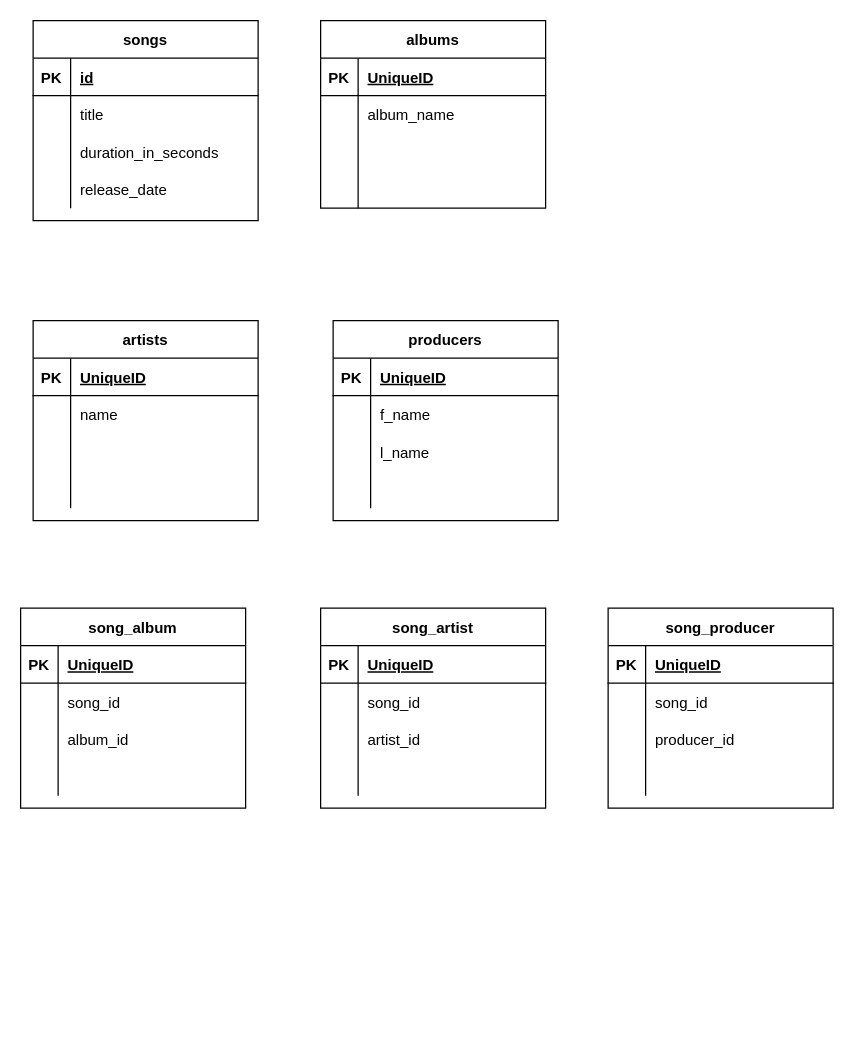
Earlier version of the draw.io diagram page "music.sql" (7 of 7) of hackOrSnooze/Untitled Diagram.drawio (brianjburrow/draw.io). Source tidied: cells renumbered, new cells numbered last; positions are measured from the earlier drawing's top-left corner, leaving out a move shared by most shapes. Both pictures are drawn from the tidied source at 125%, with x=0, y=0 at pixel (20, 20).
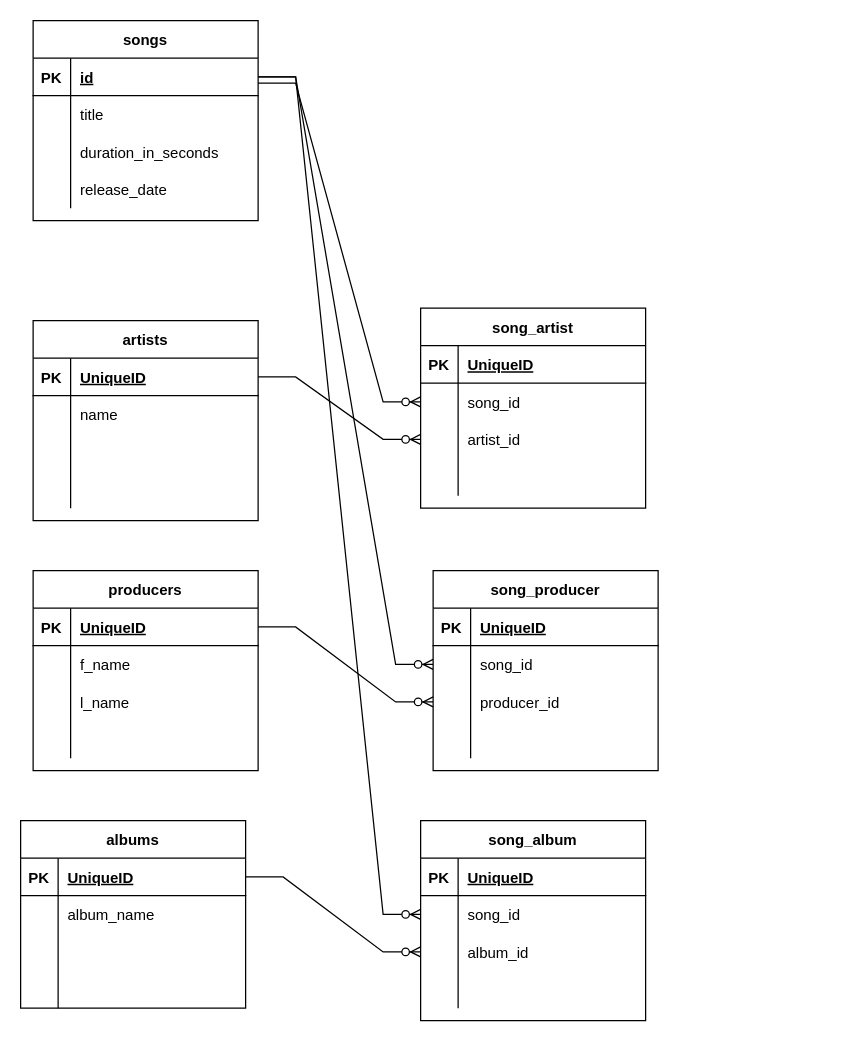
Above is the later version.

The change refers to these unchanged cells:
```xml
<mxCell id="3" style="shape=partialRectangle;fillColor=none;top=0;left=0;bottom=1;right=0;points=[[0,0.5],[1,0.5]];portConstraint=eastwest;" parent="2" vertex="1">
  <mxGeometry y="30" width="180" height="30" as="geometry" />
</mxCell>
<mxCell id="16" style="shape=partialRectangle;fillColor=none;top=0;left=0;bottom=1;right=0;points=[[0,0.5],[1,0.5]];portConstraint=eastwest;" parent="15" vertex="1">
  <mxGeometry y="30" width="180" height="30" as="geometry" />
</mxCell>
<mxCell id="29" style="shape=partialRectangle;fillColor=none;top=0;left=0;bottom=1;right=0;points=[[0,0.5],[1,0.5]];portConstraint=eastwest;" parent="28" vertex="1">
  <mxGeometry y="30" width="180" height="30" as="geometry" />
</mxCell>
<mxCell id="42" style="shape=partialRectangle;fillColor=none;top=0;left=0;bottom=1;right=0;points=[[0,0.5],[1,0.5]];portConstraint=eastwest;" parent="41" vertex="1">
  <mxGeometry y="30" width="180" height="30" as="geometry" />
</mxCell>
<mxCell id="58" style="shape=partialRectangle;fillColor=none;top=0;left=0;bottom=0;right=0;points=[[0,0.5],[1,0.5]];portConstraint=eastwest;" parent="54" vertex="1">
  <mxGeometry y="60" width="180" height="30" as="geometry" />
</mxCell>
<mxCell id="61" style="shape=partialRectangle;fillColor=none;top=0;left=0;bottom=0;right=0;points=[[0,0.5],[1,0.5]];portConstraint=eastwest;" parent="54" vertex="1">
  <mxGeometry y="90" width="180" height="30" as="geometry" />
</mxCell>
<mxCell id="71" style="shape=partialRectangle;fillColor=none;top=0;left=0;bottom=0;right=0;points=[[0,0.5],[1,0.5]];portConstraint=eastwest;" parent="67" vertex="1">
  <mxGeometry y="60" width="180" height="30" as="geometry" />
</mxCell>
<mxCell id="74" style="shape=partialRectangle;fillColor=none;top=0;left=0;bottom=0;right=0;points=[[0,0.5],[1,0.5]];portConstraint=eastwest;" parent="67" vertex="1">
  <mxGeometry y="90" width="180" height="30" as="geometry" />
</mxCell>
<mxCell id="84" style="shape=partialRectangle;fillColor=none;top=0;left=0;bottom=0;right=0;points=[[0,0.5],[1,0.5]];portConstraint=eastwest;" parent="80" vertex="1">
  <mxGeometry y="60" width="180" height="30" as="geometry" />
</mxCell>
<mxCell id="87" style="shape=partialRectangle;fillColor=none;top=0;left=0;bottom=0;right=0;points=[[0,0.5],[1,0.5]];portConstraint=eastwest;" parent="80" vertex="1">
  <mxGeometry y="90" width="180" height="30" as="geometry" />
</mxCell>
```

Diff of the diagram source:
```diff
@@
     <mxCell id="15" value="albums" style="shape=table;startSize=30;childLayout=tableLayout;rowLines=0;fontStyle=1;align=center;" parent="1" vertex="1">
-      <mxGeometry x="240" width="180" height="150" as="geometry" />
+      <mxGeometry y="640" width="180" height="150" as="geometry" />
     </mxCell>
@@
     <mxCell id="41" value="producers" style="shape=table;startSize=30;childLayout=tableLayout;rowLines=0;fontStyle=1;align=center;" parent="1" vertex="1">
-      <mxGeometry x="250" y="240" width="180" height="160" as="geometry" />
+      <mxGeometry x="10" y="440" width="180" height="160" as="geometry" />
     </mxCell>
@@
     <mxCell id="54" value="song_album" style="shape=table;startSize=30;childLayout=tableLayout;rowLines=0;fontStyle=1;align=center;" parent="1" vertex="1">
-      <mxGeometry y="470" width="180" height="160" as="geometry" />
+      <mxGeometry x="320" y="640" width="180" height="160" as="geometry" />
     </mxCell>
@@
     <mxCell id="67" value="song_artist" style="shape=table;startSize=30;childLayout=tableLayout;rowLines=0;fontStyle=1;align=center;" parent="1" vertex="1">
-      <mxGeometry x="240" y="470" width="180" height="160" as="geometry" />
+      <mxGeometry x="320" y="230" width="180" height="160" as="geometry" />
     </mxCell>
@@
     <mxCell id="80" value="song_producer" style="shape=table;startSize=30;childLayout=tableLayout;rowLines=0;fontStyle=1;align=center;" parent="1" vertex="1">
-      <mxGeometry x="470" y="470" width="180" height="160" as="geometry" />
+      <mxGeometry x="330" y="440" width="180" height="160" as="geometry" />
     </mxCell>
@@
+    <mxCell id="93" style="edgeStyle=entityRelationEdgeStyle;fontSize=12;html=1;endArrow=ERzeroToMany;endFill=1;rounded=0;entryX=0;entryY=0.5;entryDx=0;entryDy=0;exitX=1;exitY=0.5;exitDx=0;exitDy=0;" parent="1" edge="1" source="16" target="61">
+      <mxGeometry relative="1" as="geometry" />
+    </mxCell>
+    <mxCell id="94" style="edgeStyle=entityRelationEdgeStyle;fontSize=12;html=1;endArrow=ERzeroToMany;endFill=1;rounded=0;entryX=0;entryY=0.5;entryDx=0;entryDy=0;exitX=1;exitY=0.5;exitDx=0;exitDy=0;" parent="1" edge="1" source="3" target="58">
+      <mxGeometry relative="1" as="geometry" />
+    </mxCell>
+    <mxCell id="95" style="edgeStyle=entityRelationEdgeStyle;fontSize=12;html=1;endArrow=ERzeroToMany;endFill=1;rounded=0;entryX=0;entryY=0.5;entryDx=0;entryDy=0;" parent="1" edge="1" target="71">
+      <mxGeometry relative="1" as="geometry">
+        <mxPoint x="190" y="50" as="sourcePoint" />
+      </mxGeometry>
+    </mxCell>
+    <mxCell id="96" style="edgeStyle=entityRelationEdgeStyle;fontSize=12;html=1;endArrow=ERzeroToMany;endFill=1;rounded=0;exitX=1;exitY=0.5;exitDx=0;exitDy=0;entryX=0;entryY=0.5;entryDx=0;entryDy=0;" parent="1" edge="1" source="3" target="84">
+      <mxGeometry relative="1" as="geometry" />
+    </mxCell>
+    <mxCell id="97" style="edgeStyle=entityRelationEdgeStyle;fontSize=12;html=1;endArrow=ERzeroToMany;endFill=1;rounded=0;exitX=1;exitY=0.5;exitDx=0;exitDy=0;entryX=0;entryY=0.5;entryDx=0;entryDy=0;" parent="1" edge="1" source="29" target="74">
+      <mxGeometry relative="1" as="geometry" />
+    </mxCell>
+    <mxCell id="98" style="edgeStyle=entityRelationEdgeStyle;fontSize=12;html=1;endArrow=ERzeroToMany;endFill=1;rounded=0;entryX=0;entryY=0.5;entryDx=0;entryDy=0;exitX=1;exitY=0.5;exitDx=0;exitDy=0;exitPerimeter=0;" parent="1" edge="1" source="42" target="87">
+      <mxGeometry relative="1" as="geometry" />
+    </mxCell>
```
